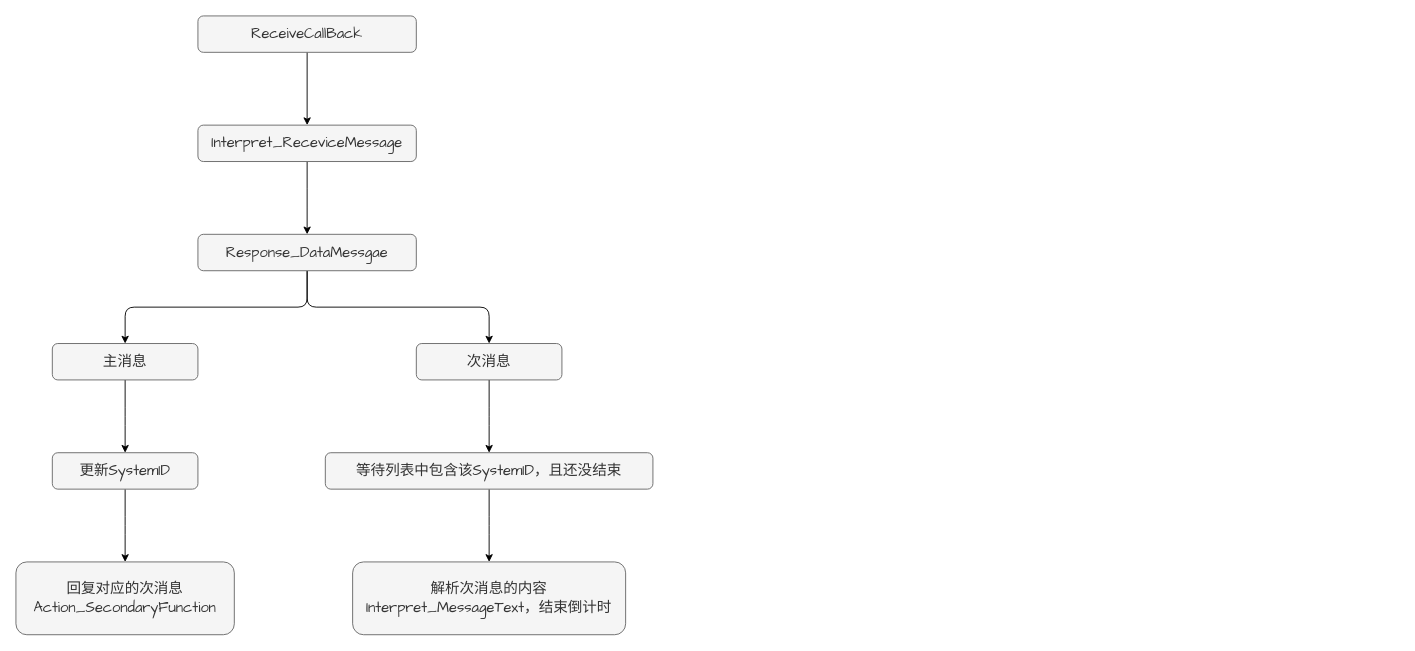
This is page "Secs消息的接收和发送" (4 of 5) of SEMI程序设计.drawio from ZerosZhang/Draft-Record, a draw.io file, before an edit. Source tidied: cells renumbered, new cells numbered last; positions are measured from the earlier drawing's top-left corner, leaving out a move shared by most shapes. Both pictures are drawn from the tidied source at 91%, with x=0, y=0 at pixel (15, 15).
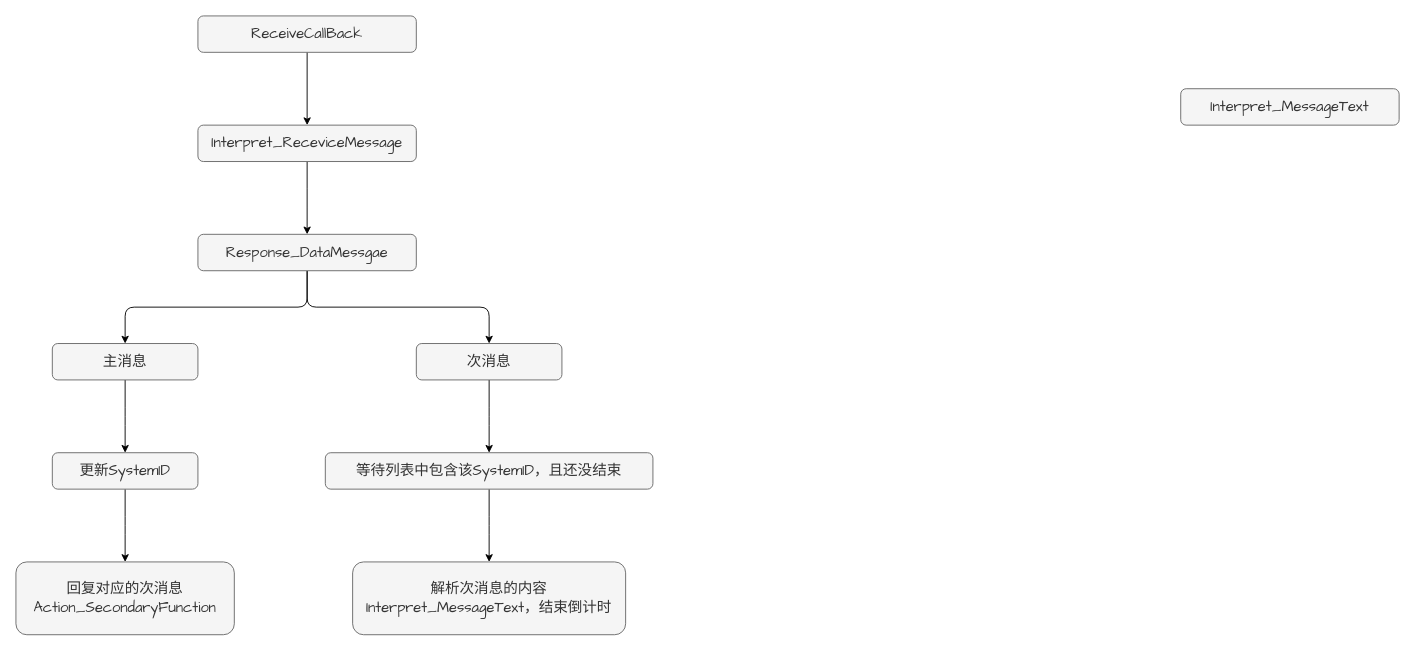
The same page after the edit.

The edit, as a diff of the source:
```diff
@@
 <mxGraphModel>
   <root>
     <mxCell id="0" />
     <mxCell id="1" parent="0" />
     <mxCell id="2" style="edgeStyle=none;html=1;" parent="1" edge="1" source="3" target="5">
       <mxGeometry relative="1" as="geometry" />
     </mxCell>
     <mxCell id="3" value="ReceiveCallBack" style="rounded=1;whiteSpace=wrap;html=1;fontFamily=Comic Sans MS;fillColor=#f5f5f5;fontColor=#333333;strokeColor=#666666;fontSize=16;" parent="1" vertex="1">
       <mxGeometry x="200" width="240" height="40" as="geometry" />
     </mxCell>
     <mxCell id="4" style="edgeStyle=elbowEdgeStyle;html=1;elbow=vertical;" parent="1" edge="1" source="5" target="8">
       <mxGeometry relative="1" as="geometry" />
     </mxCell>
     <mxCell id="5" value="Interpret_ReceviceMessage" style="rounded=1;whiteSpace=wrap;html=1;fontFamily=Comic Sans MS;fillColor=#f5f5f5;fontColor=#333333;strokeColor=#666666;fontSize=16;" parent="1" vertex="1">
       <mxGeometry x="200" y="120" width="240" height="40" as="geometry" />
     </mxCell>
     <mxCell id="6" style="edgeStyle=elbowEdgeStyle;elbow=vertical;html=1;" parent="1" edge="1" source="8" target="10">
       <mxGeometry relative="1" as="geometry" />
     </mxCell>
     <mxCell id="7" style="edgeStyle=elbowEdgeStyle;elbow=vertical;html=1;" parent="1" edge="1" source="8" target="12">
       <mxGeometry relative="1" as="geometry" />
     </mxCell>
     <mxCell id="8" value="Response_DataMessgae" style="rounded=1;whiteSpace=wrap;html=1;fontFamily=Comic Sans MS;fillColor=#f5f5f5;fontColor=#333333;strokeColor=#666666;fontSize=16;" parent="1" vertex="1">
       <mxGeometry x="200" y="240" width="240" height="40" as="geometry" />
     </mxCell>
     <mxCell id="9" style="edgeStyle=elbowEdgeStyle;elbow=vertical;html=1;" parent="1" edge="1" source="10" target="14">
       <mxGeometry relative="1" as="geometry" />
     </mxCell>
     <mxCell id="10" value="主消息" style="rounded=1;whiteSpace=wrap;html=1;fontFamily=Comic Sans MS;fillColor=#f5f5f5;fontColor=#333333;strokeColor=#666666;fontSize=16;" parent="1" vertex="1">
       <mxGeometry x="40" y="360" width="160" height="40" as="geometry" />
     </mxCell>
     <mxCell id="11" style="edgeStyle=elbowEdgeStyle;elbow=vertical;html=1;" parent="1" edge="1" source="12" target="17">
       <mxGeometry relative="1" as="geometry" />
     </mxCell>
     <mxCell id="12" value="次消息" style="rounded=1;whiteSpace=wrap;html=1;fontFamily=Comic Sans MS;fillColor=#f5f5f5;fontColor=#333333;strokeColor=#666666;fontSize=16;" parent="1" vertex="1">
       <mxGeometry x="440" y="360" width="160" height="40" as="geometry" />
     </mxCell>
     <mxCell id="13" style="edgeStyle=elbowEdgeStyle;elbow=vertical;html=1;" parent="1" edge="1" source="14" target="15">
       <mxGeometry relative="1" as="geometry" />
     </mxCell>
     <mxCell id="14" value="更新SystemID" style="rounded=1;whiteSpace=wrap;html=1;fontFamily=Comic Sans MS;fillColor=#f5f5f5;fontColor=#333333;strokeColor=#666666;fontSize=16;" parent="1" vertex="1">
       <mxGeometry x="40" y="480" width="160" height="40" as="geometry" />
     </mxCell>
     <mxCell id="15" value="回复对应的次消息Action_SecondaryFunction" style="rounded=1;whiteSpace=wrap;html=1;fontFamily=Comic Sans MS;fillColor=#f5f5f5;fontColor=#333333;strokeColor=#666666;fontSize=16;" parent="1" vertex="1">
       <mxGeometry y="600" width="240" height="80" as="geometry" />
     </mxCell>
     <mxCell id="16" style="edgeStyle=elbowEdgeStyle;elbow=vertical;html=1;" parent="1" edge="1" source="17" target="18">
       <mxGeometry relative="1" as="geometry" />
     </mxCell>
     <mxCell id="17" value="等待列表中包含该SystemID，且还没结束" style="rounded=1;whiteSpace=wrap;html=1;fontFamily=Comic Sans MS;fillColor=#f5f5f5;fontColor=#333333;strokeColor=#666666;fontSize=16;" parent="1" vertex="1">
       <mxGeometry x="340" y="480" width="360" height="40" as="geometry" />
     </mxCell>
     <mxCell id="18" value="解析次消息的内容Interpret_MessageText，结束倒计时" style="rounded=1;whiteSpace=wrap;html=1;fontFamily=Comic Sans MS;fillColor=#f5f5f5;fontColor=#333333;strokeColor=#666666;fontSize=16;" parent="1" vertex="1">
       <mxGeometry x="370" y="600" width="300" height="80" as="geometry" />
     </mxCell>
+    <mxCell id="19" value="Interpret_MessageText" style="rounded=1;whiteSpace=wrap;html=1;fontFamily=Comic Sans MS;fillColor=#f5f5f5;fontColor=#333333;strokeColor=#666666;fontSize=16;" parent="1" vertex="1">
+      <mxGeometry x="1280" y="80" width="240" height="40" as="geometry" />
+    </mxCell>
   </root>
 </mxGraphModel>
```
